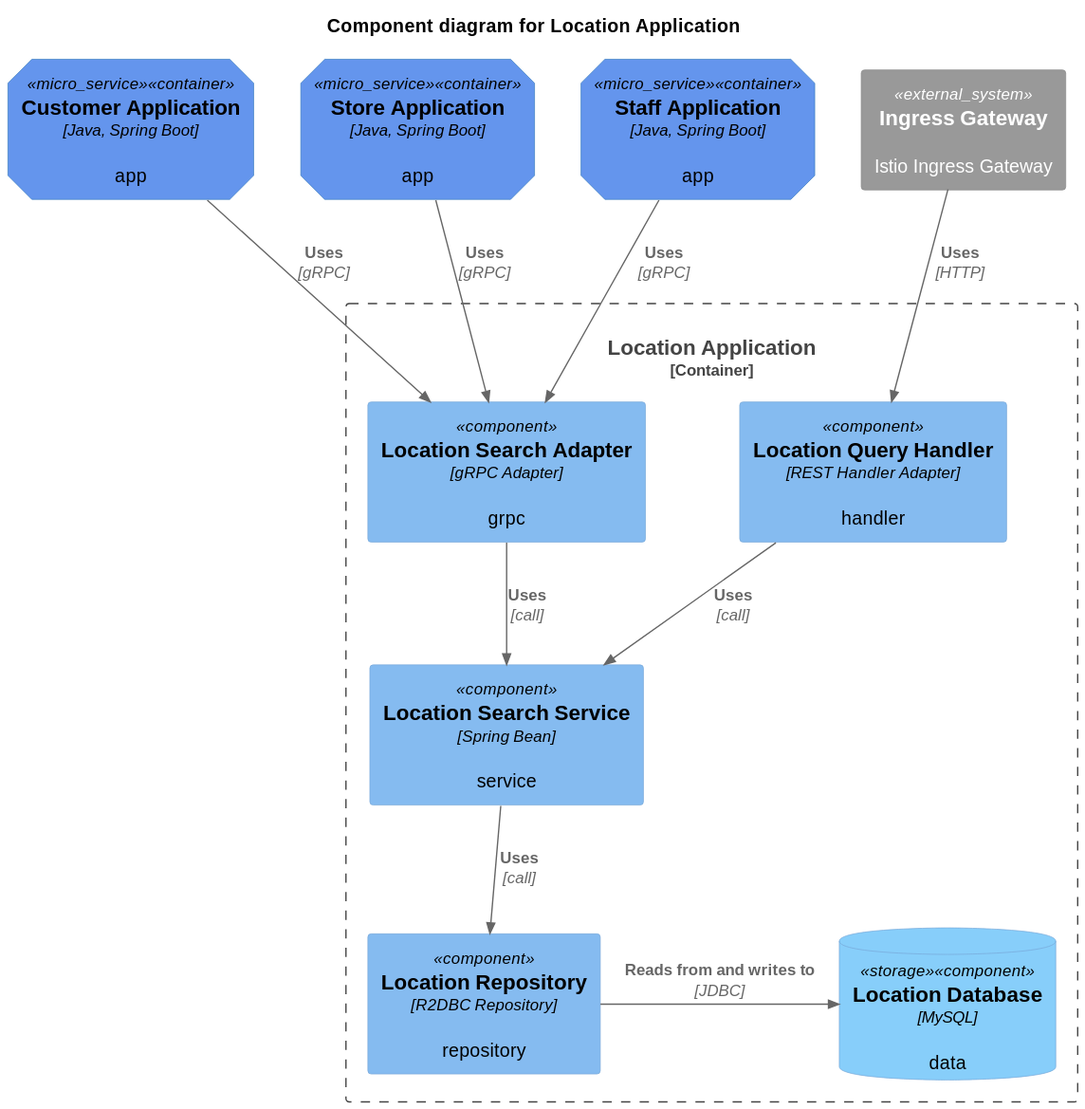
Above: diagram/component/location-application.svg in codejsha/sakila-microservices (PlantUML), before the change.
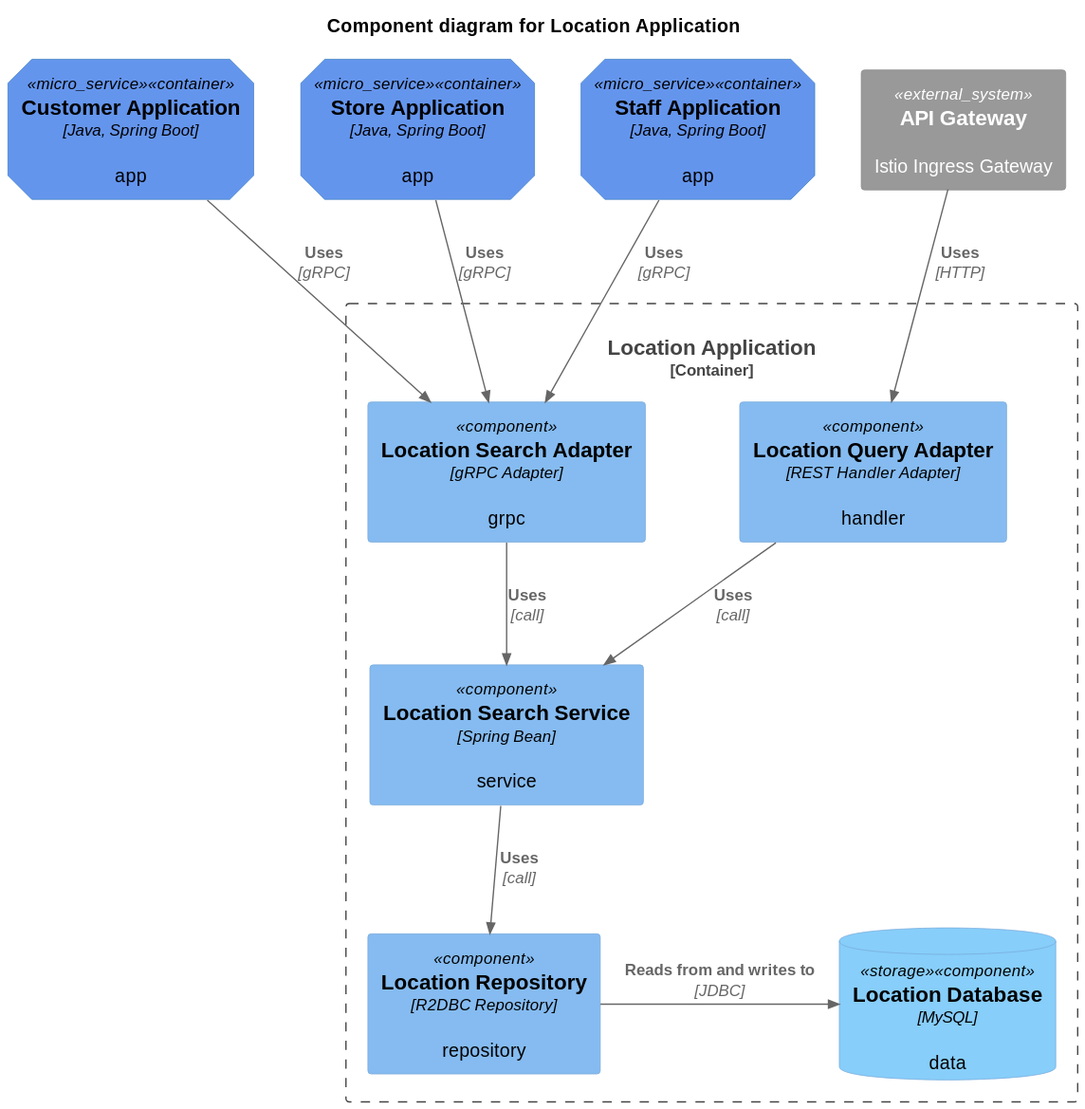
The same diagram one commit later.

Diff of the diagram source:
```diff
@@ -9,10 +9,10 @@
 Container(customer_app, "Customer Application", "Java, Spring Boot", "app", $tags = "micro_service")
 Container(store_app, "Store Application", "Java, Spring Boot", "app", $tags = "micro_service")
 Container(staff_app, "Staff Application", "Java, Spring Boot", "app", $tags = "micro_service")
-System_Ext(ingress_gateway, "Ingress Gateway", "Istio Ingress Gateway")
+System_Ext(ingress_gateway, "API Gateway", "Istio Ingress Gateway")
 
 Container_Boundary(location_app, "Location Application") {
-    Component(query_adapter, "Location Query Handler", "REST Handler Adapter", "handler")
+    Component(query_adapter, "Location Query Adapter", "REST Handler Adapter", "handler")
     Component(location_search_adapter, "Location Search Adapter", "gRPC Adapter", "grpc")
 
     Component(location_service, "Location Search Service", "Spring Bean", "service")
```
